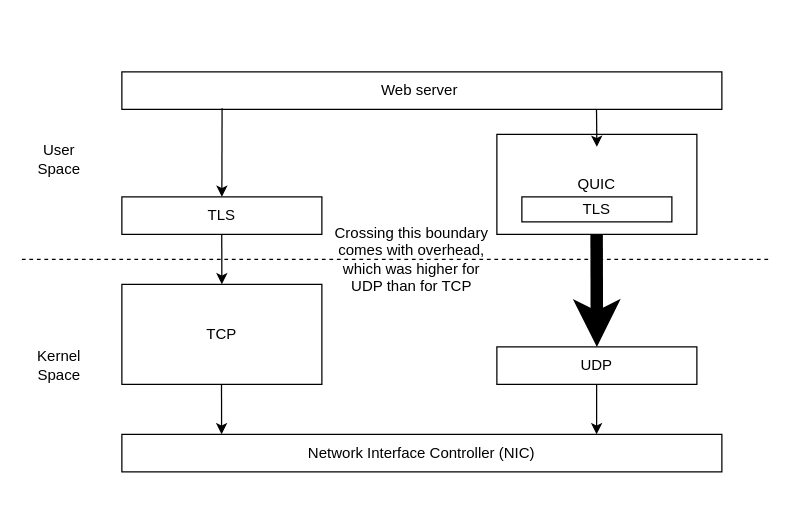
Before: images/kernel-user-space/kernel-user-space.drawio in rmarx/http3-for-webdevs, a draw.io diagram. Source tidied: cells renumbered, new cells numbered last; positions are measured from the earlier drawing's top-left corner, leaving out a move shared by most shapes. Both pictures are drawn from the tidied source at 125%, with x=0, y=0 at pixel (21, 71).
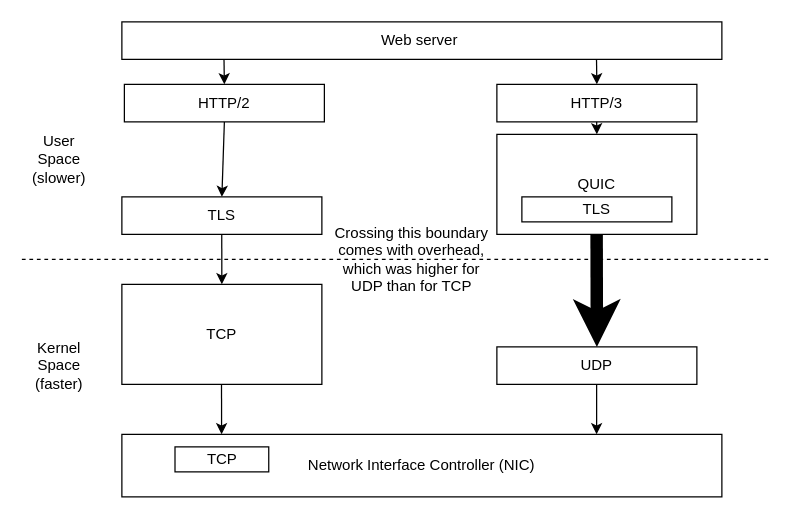
After the change.

Unchanged cells that the change refers to:
```xml
<mxCell id="2" value="TLS" style="rounded=0;whiteSpace=wrap;html=1;" parent="1" vertex="1">
  <mxGeometry x="80" y="100" width="160" height="30" as="geometry" />
</mxCell>
```

Diff of the diagram source:
```diff
@@
     <mxCell id="3" value="Web server&amp;nbsp;" style="rounded=0;whiteSpace=wrap;html=1;" parent="1" vertex="1">
-      <mxGeometry x="80" width="480" height="30" as="geometry" />
+      <mxGeometry x="80" y="-40" width="480" height="30" as="geometry" />
     </mxCell>
@@
     <mxCell id="7" value="Network Interface Controller (NIC)" style="rounded=0;whiteSpace=wrap;html=1;" parent="1" vertex="1">
-      <mxGeometry x="80" y="290" width="480" height="30" as="geometry" />
+      <mxGeometry x="80" y="290" width="480" height="50" as="geometry" />
     </mxCell>
@@
-    <mxCell id="10" style="endArrow=classic;html=1;exitX=0.167;exitY=0.967;exitDx=0;exitDy=0;exitPerimeter=0;entryX=0.5;entryY=0;entryDx=0;entryDy=0;" parent="1" edge="1" source="3" target="2">
+    <mxCell id="10" style="endArrow=classic;html=1;entryX=0.5;entryY=0;entryDx=0;entryDy=0;exitX=0.5;exitY=1;exitDx=0;exitDy=0;" parent="1" edge="1" source="19" target="2">
       <mxGeometry relative="1" as="geometry" />
     </mxCell>
     <mxCell id="11" style="endArrow=classic;html=1;exitX=0.167;exitY=0.967;exitDx=0;exitDy=0;exitPerimeter=0;" parent="1" edge="1">
       <mxGeometry relative="1" as="geometry">
         <mxPoint x="459.7" y="30" as="sourcePoint" />
-        <mxPoint x="460" y="60" as="targetPoint" />
+        <mxPoint x="460" y="50" as="targetPoint" />
       </mxGeometry>
     </mxCell>
@@
-    <mxCell id="16" value="User&lt;br&gt;Space" style="text;html=1;strokeColor=none;fillColor=none;align=center;verticalAlign=middle;whiteSpace=wrap;rounded=0;" parent="1" vertex="1">
+    <mxCell id="16" value="User&lt;br&gt;Space&lt;br&gt;(slower)" style="text;html=1;strokeColor=none;fillColor=none;align=center;verticalAlign=middle;whiteSpace=wrap;rounded=0;" parent="1" vertex="1">
       <mxGeometry x="10" y="60" width="40" height="20" as="geometry" />
     </mxCell>
-    <mxCell id="17" value="Kernel Space" style="text;html=1;strokeColor=none;fillColor=none;align=center;verticalAlign=middle;whiteSpace=wrap;rounded=0;" parent="1" vertex="1">
+    <mxCell id="17" value="Kernel Space&lt;br&gt;(faster)" style="text;html=1;strokeColor=none;fillColor=none;align=center;verticalAlign=middle;whiteSpace=wrap;rounded=0;" parent="1" vertex="1">
       <mxGeometry x="10" y="225" width="40" height="20" as="geometry" />
     </mxCell>
@@
+    <mxCell id="19" value="HTTP/2" style="rounded=0;whiteSpace=wrap;html=1;" parent="1" vertex="1">
+      <mxGeometry x="82" y="10" width="160" height="30" as="geometry" />
+    </mxCell>
+    <mxCell id="20" value="HTTP/3" style="rounded=0;whiteSpace=wrap;html=1;" parent="1" vertex="1">
+      <mxGeometry x="380" y="10" width="160" height="30" as="geometry" />
+    </mxCell>
+    <mxCell id="21" style="endArrow=classic;html=1;" parent="1" edge="1">
+      <mxGeometry relative="1" as="geometry">
+        <mxPoint x="161.7" y="-10" as="sourcePoint" />
+        <mxPoint x="162" y="10" as="targetPoint" />
+      </mxGeometry>
+    </mxCell>
+    <mxCell id="22" style="endArrow=classic;html=1;exitX=0.167;exitY=0.967;exitDx=0;exitDy=0;exitPerimeter=0;" parent="1" edge="1">
+      <mxGeometry relative="1" as="geometry">
+        <mxPoint x="459.7" y="-10" as="sourcePoint" />
+        <mxPoint x="460" y="10" as="targetPoint" />
+      </mxGeometry>
+    </mxCell>
+    <mxCell id="23" value="TCP" style="rounded=0;whiteSpace=wrap;html=1;" parent="1" vertex="1">
+      <mxGeometry x="122.5" y="300" width="75" height="20" as="geometry" />
+    </mxCell>
```
